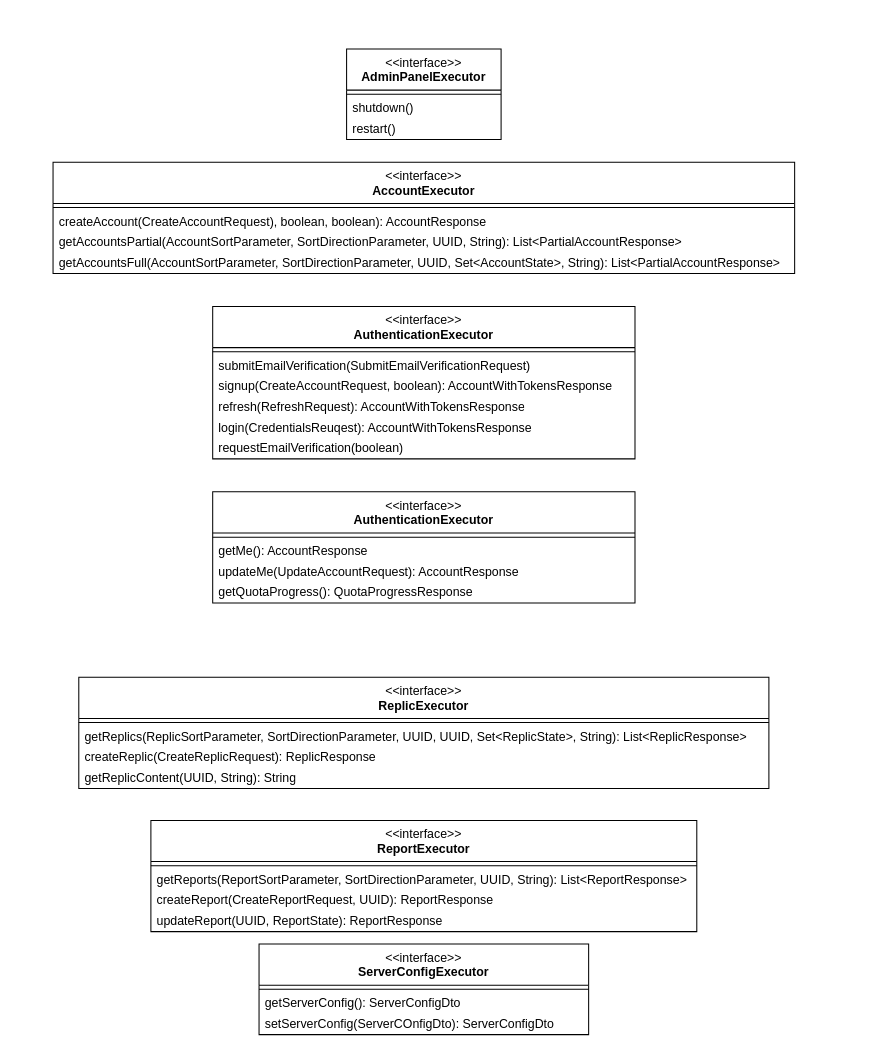
Before: content/drawio/class/server/inter-executors.drawio in replic-read/design, a draw.io diagram. Source tidied: cells renumbered, new cells numbered last; positions are measured from the earlier drawing's top-left corner, leaving out a move shared by most shapes. Both pictures are drawn from the tidied source at 103%, with x=0, y=0 at pixel (53, 48).
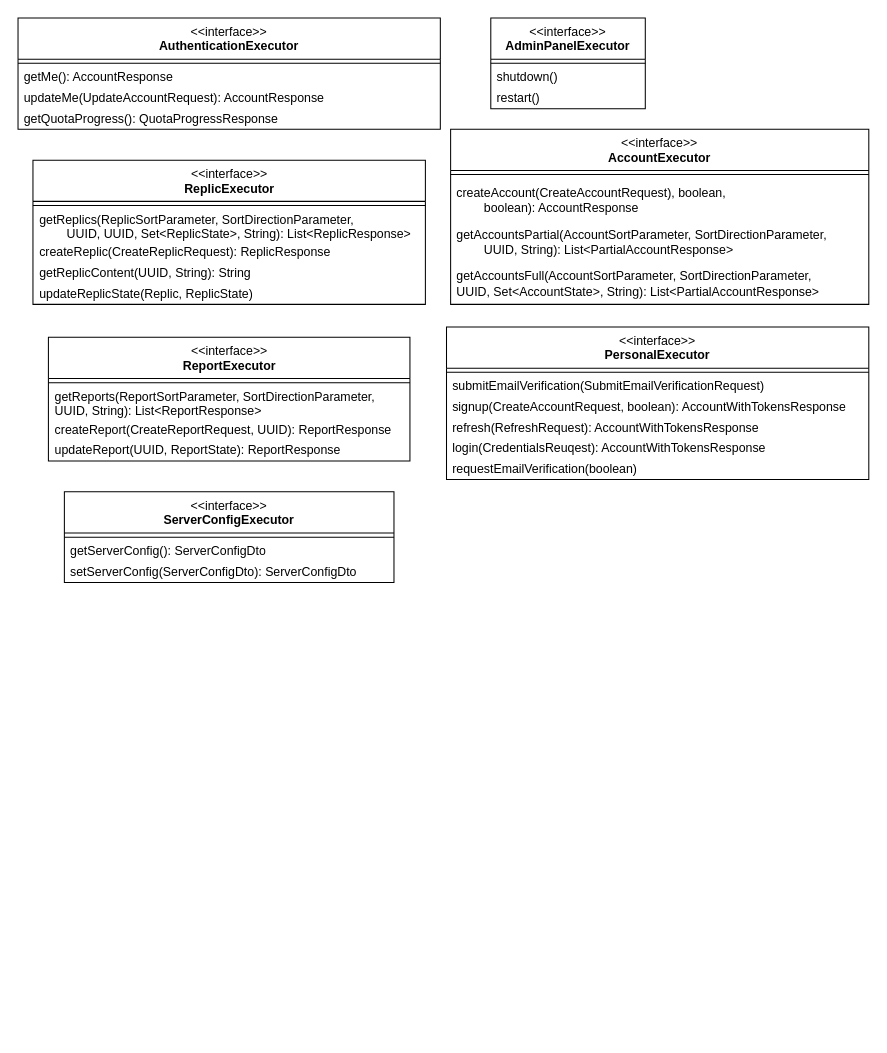
The same page after the edit.

What changed in the source:
```diff
@@
     <mxCell id="2" value="&amp;lt;&amp;lt;interface&amp;gt;&amp;gt;&lt;br&gt;&lt;b&gt;AccountExecutor&lt;/b&gt;&lt;div&gt;&lt;br/&gt;&lt;/div&gt;" style="swimlane;fontStyle=0;align=center;verticalAlign=top;horizontal=1;startSize=40;html=1;whiteSpace=wrap;" parent="1" vertex="1">
-      <mxGeometry y="110" width="720" height="108" as="geometry" />
+      <mxGeometry x="386" y="78" width="406" height="170" as="geometry" />
     </mxCell>
-    <mxCell id="3" style="line;strokeWidth=1;fillColor=none;align=left;verticalAlign=middle;spacingTop=-1;spacingLeft=3;spacingRight=3;labelPosition=right;" parent="2" vertex="1">
-      <mxGeometry y="40" width="720" height="8" as="geometry" />
-    </mxCell>
+    <mxCell id="37" style="line;strokeWidth=1;fillColor=none;align=left;verticalAlign=middle;spacingTop=-1;spacingLeft=3;spacingRight=3;labelPosition=right;" parent="2" vertex="1">
+      <mxGeometry y="40" width="406" height="8" as="geometry" />
+    </mxCell>
-    <mxCell id="4" value="createAccount(CreateAccountRequest), boolean, boolean): AccountResponse" style="text;html=1;strokeColor=none;fillColor=none;align=left;verticalAlign=middle;spacingLeft=4;spacingRight=4;overflow=hidden;whiteSpace=wrap;" parent="2" vertex="1">
-      <mxGeometry y="48" width="720" height="20" as="geometry" />
+    <mxCell id="4" value="&lt;div&gt;createAccount(CreateAccountRequest), boolean,&amp;nbsp;&lt;/div&gt;&lt;div&gt;&lt;span style=&quot;white-space: pre;&quot;&gt;&#9;&lt;/span&gt;boolean): AccountResponse&lt;/div&gt;" style="text;html=1;strokeColor=none;fillColor=none;align=left;verticalAlign=middle;spacingLeft=4;spacingRight=4;overflow=hidden;whiteSpace=wrap;" parent="2" vertex="1">
+      <mxGeometry y="48" width="406" height="42" as="geometry" />
     </mxCell>
-    <mxCell id="5" value="getAccountsPartial(AccountSortParameter, SortDirectionParameter, UUID, String): List&amp;lt;PartialAccountResponse&amp;gt;" style="text;html=1;strokeColor=none;fillColor=none;align=left;verticalAlign=middle;spacingLeft=4;spacingRight=4;overflow=hidden;whiteSpace=wrap;" parent="2" vertex="1">
-      <mxGeometry y="68" width="720" height="20" as="geometry" />
+    <mxCell id="5" value="&lt;div&gt;getAccountsPartial(AccountSortParameter, SortDirectionParameter,&amp;nbsp;&lt;/div&gt;&lt;div&gt;&lt;span style=&quot;white-space: pre;&quot;&gt;&#9;&lt;/span&gt;UUID, String): List&amp;lt;PartialAccountResponse&amp;gt;&lt;/div&gt;" style="text;html=1;strokeColor=none;fillColor=none;align=left;verticalAlign=middle;spacingLeft=4;spacingRight=4;overflow=hidden;whiteSpace=wrap;" parent="2" vertex="1">
+      <mxGeometry y="90" width="406" height="40" as="geometry" />
     </mxCell>
-    <mxCell id="6" value="getAccountsFull(AccountSortParameter, SortDirectionParameter, UUID, Set&amp;lt;AccountState&amp;gt;, String): List&amp;lt;PartialAccountResponse&amp;gt;" style="text;html=1;strokeColor=none;fillColor=none;align=left;verticalAlign=middle;spacingLeft=4;spacingRight=4;overflow=hidden;whiteSpace=wrap;" parent="2" vertex="1">
-      <mxGeometry y="88" width="720" height="20" as="geometry" />
+    <mxCell id="6" value="&lt;div&gt;getAccountsFull(AccountSortParameter, SortDirectionParameter,&amp;nbsp;&lt;/div&gt;&lt;div&gt;UUID, Set&amp;lt;AccountState&amp;gt;, String): List&amp;lt;PartialAccountResponse&amp;gt;&lt;/div&gt;" style="text;html=1;strokeColor=none;fillColor=none;align=left;verticalAlign=middle;spacingLeft=4;spacingRight=4;overflow=hidden;whiteSpace=wrap;" parent="2" vertex="1">
+      <mxGeometry y="130" width="406" height="40" as="geometry" />
     </mxCell>
     <mxCell id="7" value="&amp;lt;&amp;lt;interface&amp;gt;&amp;gt;&lt;br&gt;&lt;b&gt;AdminPanelExecutor&lt;/b&gt;&lt;div&gt;&lt;br&gt;&lt;/div&gt;" style="swimlane;fontStyle=0;align=center;verticalAlign=top;horizontal=1;startSize=40;html=1;whiteSpace=wrap;" parent="1" vertex="1">
-      <mxGeometry x="285" width="150" height="88" as="geometry" />
+      <mxGeometry x="425" y="-30" width="150" height="88" as="geometry" />
     </mxCell>
@@
-    <mxCell id="11" value="&amp;lt;&amp;lt;interface&amp;gt;&amp;gt;&lt;br&gt;&lt;b&gt;AuthenticationExecutor&lt;/b&gt;&lt;div&gt;&lt;br&gt;&lt;/div&gt;" style="swimlane;fontStyle=0;align=center;verticalAlign=top;horizontal=1;startSize=40;html=1;whiteSpace=wrap;" parent="1" vertex="1">
-      <mxGeometry x="155" y="250" width="410" height="148" as="geometry" />
-    </mxCell>
-    <mxCell id="12" style="line;strokeWidth=1;fillColor=none;align=left;verticalAlign=middle;spacingTop=-1;spacingLeft=3;spacingRight=3;labelPosition=right;" parent="11" vertex="1">
-      <mxGeometry y="40" width="410" height="8" as="geometry" />
-    </mxCell>
+    <mxCell id="38" value="&amp;lt;&amp;lt;interface&amp;gt;&amp;gt;&lt;br&gt;&lt;b&gt;PersonalExecutor&lt;/b&gt;&lt;div&gt;&lt;br&gt;&lt;/div&gt;" style="swimlane;fontStyle=0;align=center;verticalAlign=top;horizontal=1;startSize=40;html=1;whiteSpace=wrap;" parent="1" vertex="1">
+      <mxGeometry x="382" y="270" width="410" height="148" as="geometry" />
+    </mxCell>
+    <mxCell id="39" style="line;strokeWidth=1;fillColor=none;align=left;verticalAlign=middle;spacingTop=-1;spacingLeft=3;spacingRight=3;labelPosition=right;" parent="38" vertex="1">
+      <mxGeometry y="40" width="410" height="8" as="geometry" />
+    </mxCell>
-    <mxCell id="13" value="submitEmailVerification(SubmitEmailVerificationRequest)" style="text;html=1;strokeColor=none;fillColor=none;align=left;verticalAlign=middle;spacingLeft=4;spacingRight=4;overflow=hidden;whiteSpace=wrap;" parent="11" vertex="1">
+    <mxCell id="13" value="submitEmailVerification(SubmitEmailVerificationRequest)" style="text;html=1;strokeColor=none;fillColor=none;align=left;verticalAlign=middle;spacingLeft=4;spacingRight=4;overflow=hidden;whiteSpace=wrap;" parent="38" vertex="1">
       <mxGeometry y="48" width="410" height="20" as="geometry" />
     </mxCell>
-    <mxCell id="14" value="signup(CreateAccountRequest, boolean): AccountWithTokensResponse" style="text;html=1;strokeColor=none;fillColor=none;align=left;verticalAlign=middle;spacingLeft=4;spacingRight=4;overflow=hidden;whiteSpace=wrap;" parent="11" vertex="1">
+    <mxCell id="14" value="signup(CreateAccountRequest, boolean): AccountWithTokensResponse" style="text;html=1;strokeColor=none;fillColor=none;align=left;verticalAlign=middle;spacingLeft=4;spacingRight=4;overflow=hidden;whiteSpace=wrap;" parent="38" vertex="1">
       <mxGeometry y="68" width="410" height="20" as="geometry" />
     </mxCell>
-    <mxCell id="15" value="refresh(RefreshRequest): AccountWithTokensResponse" style="text;html=1;strokeColor=none;fillColor=none;align=left;verticalAlign=middle;spacingLeft=4;spacingRight=4;overflow=hidden;whiteSpace=wrap;" parent="11" vertex="1">
+    <mxCell id="15" value="refresh(RefreshRequest): AccountWithTokensResponse" style="text;html=1;strokeColor=none;fillColor=none;align=left;verticalAlign=middle;spacingLeft=4;spacingRight=4;overflow=hidden;whiteSpace=wrap;" parent="38" vertex="1">
       <mxGeometry y="88" width="410" height="20" as="geometry" />
     </mxCell>
-    <mxCell id="16" value="login(CredentialsReuqest): AccountWithTokensResponse" style="text;html=1;strokeColor=none;fillColor=none;align=left;verticalAlign=middle;spacingLeft=4;spacingRight=4;overflow=hidden;whiteSpace=wrap;" parent="11" vertex="1">
+    <mxCell id="16" value="login(CredentialsReuqest): AccountWithTokensResponse" style="text;html=1;strokeColor=none;fillColor=none;align=left;verticalAlign=middle;spacingLeft=4;spacingRight=4;overflow=hidden;whiteSpace=wrap;" parent="38" vertex="1">
       <mxGeometry y="108" width="410" height="20" as="geometry" />
     </mxCell>
-    <mxCell id="17" value="requestEmailVerification(boolean)" style="text;html=1;strokeColor=none;fillColor=none;align=left;verticalAlign=middle;spacingLeft=4;spacingRight=4;overflow=hidden;whiteSpace=wrap;" parent="11" vertex="1">
+    <mxCell id="17" value="requestEmailVerification(boolean)" style="text;html=1;strokeColor=none;fillColor=none;align=left;verticalAlign=middle;spacingLeft=4;spacingRight=4;overflow=hidden;whiteSpace=wrap;" parent="38" vertex="1">
       <mxGeometry y="128" width="410" height="20" as="geometry" />
     </mxCell>
     <mxCell id="18" value="&amp;lt;&amp;lt;interface&amp;gt;&amp;gt;&lt;br&gt;&lt;b&gt;ReplicExecutor&lt;/b&gt;&lt;div&gt;&lt;br&gt;&lt;/div&gt;" style="swimlane;fontStyle=0;align=center;verticalAlign=top;horizontal=1;startSize=40;html=1;whiteSpace=wrap;" parent="1" vertex="1">
-      <mxGeometry x="25" y="610" width="670" height="108" as="geometry" />
+      <mxGeometry x="-19.5" y="108" width="381" height="140" as="geometry" />
     </mxCell>
-    <mxCell id="19" style="line;strokeWidth=1;fillColor=none;align=left;verticalAlign=middle;spacingTop=-1;spacingLeft=3;spacingRight=3;labelPosition=right;" parent="18" vertex="1">
-      <mxGeometry y="40" width="670" height="8" as="geometry" />
-    </mxCell>
+    <mxCell id="40" style="line;strokeWidth=1;fillColor=none;align=left;verticalAlign=middle;spacingTop=-1;spacingLeft=3;spacingRight=3;labelPosition=right;" parent="18" vertex="1">
+      <mxGeometry y="40" width="381" height="8" as="geometry" />
+    </mxCell>
-    <mxCell id="20" value="getReplics(ReplicSortParameter, SortDirectionParameter, UUID, UUID, Set&amp;lt;ReplicState&amp;gt;, String): List&amp;lt;ReplicResponse&amp;gt;" style="text;html=1;strokeColor=none;fillColor=none;align=left;verticalAlign=middle;spacingLeft=4;spacingRight=4;overflow=hidden;whiteSpace=wrap;" parent="18" vertex="1">
-      <mxGeometry y="48" width="670" height="20" as="geometry" />
+    <mxCell id="20" value="&lt;div&gt;getReplics(ReplicSortParameter, SortDirectionParameter,&amp;nbsp;&lt;/div&gt;&lt;div&gt;&lt;span style=&quot;white-space: pre;&quot;&gt;&#9;&lt;/span&gt;UUID, UUID, Set&amp;lt;ReplicState&amp;gt;, String): List&amp;lt;ReplicResponse&amp;gt;&lt;/div&gt;" style="text;html=1;strokeColor=none;fillColor=none;align=left;verticalAlign=middle;spacingLeft=4;spacingRight=4;overflow=hidden;whiteSpace=wrap;" parent="18" vertex="1">
+      <mxGeometry y="48" width="381" height="32" as="geometry" />
     </mxCell>
     <mxCell id="21" value="createReplic(CreateReplicRequest): ReplicResponse" style="text;html=1;strokeColor=none;fillColor=none;align=left;verticalAlign=middle;spacingLeft=4;spacingRight=4;overflow=hidden;whiteSpace=wrap;" parent="18" vertex="1">
-      <mxGeometry y="68" width="670" height="20" as="geometry" />
+      <mxGeometry y="80" width="381" height="20" as="geometry" />
     </mxCell>
     <mxCell id="22" value="getReplicContent(UUID, String): String" style="text;html=1;strokeColor=none;fillColor=none;align=left;verticalAlign=middle;spacingLeft=4;spacingRight=4;overflow=hidden;whiteSpace=wrap;" parent="18" vertex="1">
-      <mxGeometry y="88" width="670" height="20" as="geometry" />
+      <mxGeometry y="100" width="381" height="20" as="geometry" />
     </mxCell>
+    <mxCell id="41" value="updateReplicState(Replic, ReplicState)" style="text;html=1;strokeColor=none;fillColor=none;align=left;verticalAlign=middle;spacingLeft=4;spacingRight=4;overflow=hidden;whiteSpace=wrap;" parent="18" vertex="1">
+      <mxGeometry y="120" width="381" height="20" as="geometry" />
+    </mxCell>
     <mxCell id="23" value="&amp;lt;&amp;lt;interface&amp;gt;&amp;gt;&lt;br&gt;&lt;b&gt;ReportExecutor&lt;/b&gt;&lt;div&gt;&lt;br&gt;&lt;/div&gt;" style="swimlane;fontStyle=0;align=center;verticalAlign=top;horizontal=1;startSize=40;html=1;whiteSpace=wrap;" parent="1" vertex="1">
-      <mxGeometry x="95" y="749" width="530" height="108" as="geometry" />
+      <mxGeometry x="-4.5" y="280" width="351" height="120" as="geometry" />
     </mxCell>
-    <mxCell id="24" style="line;strokeWidth=1;fillColor=none;align=left;verticalAlign=middle;spacingTop=-1;spacingLeft=3;spacingRight=3;labelPosition=right;" parent="23" vertex="1">
-      <mxGeometry y="40" width="530" height="8" as="geometry" />
-    </mxCell>
+    <mxCell id="42" style="line;strokeWidth=1;fillColor=none;align=left;verticalAlign=middle;spacingTop=-1;spacingLeft=3;spacingRight=3;labelPosition=right;" parent="23" vertex="1">
+      <mxGeometry y="40" width="351" height="8" as="geometry" />
+    </mxCell>
-    <mxCell id="25" value="getReports(ReportSortParameter, SortDirectionParameter, UUID, String): List&amp;lt;ReportResponse&amp;gt;" style="text;html=1;strokeColor=none;fillColor=none;align=left;verticalAlign=middle;spacingLeft=4;spacingRight=4;overflow=hidden;whiteSpace=wrap;" parent="23" vertex="1">
-      <mxGeometry y="48" width="530" height="20" as="geometry" />
+    <mxCell id="25" value="&lt;div&gt;getReports(ReportSortParameter, SortDirectionParameter,&amp;nbsp;&lt;/div&gt;&lt;div&gt;UUID, String): List&amp;lt;ReportResponse&amp;gt;&lt;/div&gt;" style="text;html=1;strokeColor=none;fillColor=none;align=left;verticalAlign=middle;spacingLeft=4;spacingRight=4;overflow=hidden;whiteSpace=wrap;" parent="23" vertex="1">
+      <mxGeometry y="48" width="351" height="32" as="geometry" />
     </mxCell>
     <mxCell id="26" value="createReport(CreateReportRequest, UUID): ReportResponse" style="text;html=1;strokeColor=none;fillColor=none;align=left;verticalAlign=middle;spacingLeft=4;spacingRight=4;overflow=hidden;whiteSpace=wrap;" parent="23" vertex="1">
-      <mxGeometry y="68" width="530" height="20" as="geometry" />
+      <mxGeometry y="80" width="351" height="20" as="geometry" />
     </mxCell>
     <mxCell id="27" value="updateReport(UUID, ReportState): ReportResponse" style="text;html=1;strokeColor=none;fillColor=none;align=left;verticalAlign=middle;spacingLeft=4;spacingRight=4;overflow=hidden;whiteSpace=wrap;" parent="23" vertex="1">
-      <mxGeometry y="88" width="530" height="20" as="geometry" />
+      <mxGeometry y="100" width="351" height="20" as="geometry" />
     </mxCell>
     <mxCell id="28" value="&amp;lt;&amp;lt;interface&amp;gt;&amp;gt;&lt;br&gt;&lt;b&gt;ServerConfigExecutor&lt;/b&gt;&lt;div&gt;&lt;br&gt;&lt;/div&gt;" style="swimlane;fontStyle=0;align=center;verticalAlign=top;horizontal=1;startSize=40;html=1;whiteSpace=wrap;" parent="1" vertex="1">
-      <mxGeometry x="200" y="869" width="320" height="88" as="geometry" />
+      <mxGeometry x="11" y="430" width="320" height="88" as="geometry" />
     </mxCell>
@@
-    <mxCell id="31" value="setServerConfig(ServerCOnfigDto): ServerConfigDto" style="text;html=1;strokeColor=none;fillColor=none;align=left;verticalAlign=middle;spacingLeft=4;spacingRight=4;overflow=hidden;whiteSpace=wrap;" parent="28" vertex="1">
-      <mxGeometry y="68" width="320" height="20" as="geometry" />
-    </mxCell>
-    <mxCell id="32" value="&amp;lt;&amp;lt;interface&amp;gt;&amp;gt;&lt;br&gt;&lt;b&gt;AuthenticationExecutor&lt;/b&gt;&lt;div&gt;&lt;br&gt;&lt;/div&gt;" style="swimlane;fontStyle=0;align=center;verticalAlign=top;horizontal=1;startSize=40;html=1;whiteSpace=wrap;" parent="1" vertex="1">
-      <mxGeometry x="155" y="430" width="410" height="108" as="geometry" />
-    </mxCell>
-    <mxCell id="33" style="line;strokeWidth=1;fillColor=none;align=left;verticalAlign=middle;spacingTop=-1;spacingLeft=3;spacingRight=3;labelPosition=right;" parent="32" vertex="1">
-      <mxGeometry y="40" width="410" height="8" as="geometry" />
-    </mxCell>
+    <mxCell id="43" value="setServerConfig(ServerConfigDto): ServerConfigDto" style="text;html=1;strokeColor=none;fillColor=none;align=left;verticalAlign=middle;spacingLeft=4;spacingRight=4;overflow=hidden;whiteSpace=wrap;" parent="28" vertex="1">
+      <mxGeometry y="68" width="320" height="20" as="geometry" />
+    </mxCell>
+    <mxCell id="44" value="&amp;lt;&amp;lt;interface&amp;gt;&amp;gt;&lt;br&gt;&lt;b&gt;AuthenticationExecutor&lt;/b&gt;&lt;div&gt;&lt;br&gt;&lt;/div&gt;" style="swimlane;fontStyle=0;align=center;verticalAlign=top;horizontal=1;startSize=40;html=1;whiteSpace=wrap;" parent="1" vertex="1">
+      <mxGeometry x="-34" y="-30" width="410" height="108" as="geometry" />
+    </mxCell>
+    <mxCell id="45" style="line;strokeWidth=1;fillColor=none;align=left;verticalAlign=middle;spacingTop=-1;spacingLeft=3;spacingRight=3;labelPosition=right;" parent="44" vertex="1">
+      <mxGeometry y="40" width="410" height="8" as="geometry" />
+    </mxCell>
-    <mxCell id="34" value="getMe(): AccountResponse" style="text;html=1;strokeColor=none;fillColor=none;align=left;verticalAlign=middle;spacingLeft=4;spacingRight=4;overflow=hidden;whiteSpace=wrap;" parent="32" vertex="1">
+    <mxCell id="34" value="getMe(): AccountResponse" style="text;html=1;strokeColor=none;fillColor=none;align=left;verticalAlign=middle;spacingLeft=4;spacingRight=4;overflow=hidden;whiteSpace=wrap;" parent="44" vertex="1">
       <mxGeometry y="48" width="410" height="20" as="geometry" />
     </mxCell>
-    <mxCell id="35" value="updateMe(UpdateAccountRequest): AccountResponse" style="text;html=1;strokeColor=none;fillColor=none;align=left;verticalAlign=middle;spacingLeft=4;spacingRight=4;overflow=hidden;whiteSpace=wrap;" parent="32" vertex="1">
+    <mxCell id="35" value="updateMe(UpdateAccountRequest): AccountResponse" style="text;html=1;strokeColor=none;fillColor=none;align=left;verticalAlign=middle;spacingLeft=4;spacingRight=4;overflow=hidden;whiteSpace=wrap;" parent="44" vertex="1">
       <mxGeometry y="68" width="410" height="20" as="geometry" />
     </mxCell>
-    <mxCell id="36" value="getQuotaProgress(): QuotaProgressResponse" style="text;html=1;strokeColor=none;fillColor=none;align=left;verticalAlign=middle;spacingLeft=4;spacingRight=4;overflow=hidden;whiteSpace=wrap;" parent="32" vertex="1">
+    <mxCell id="36" value="getQuotaProgress(): QuotaProgressResponse" style="text;html=1;strokeColor=none;fillColor=none;align=left;verticalAlign=middle;spacingLeft=4;spacingRight=4;overflow=hidden;whiteSpace=wrap;" parent="44" vertex="1">
       <mxGeometry y="88" width="410" height="20" as="geometry" />
     </mxCell>
```
